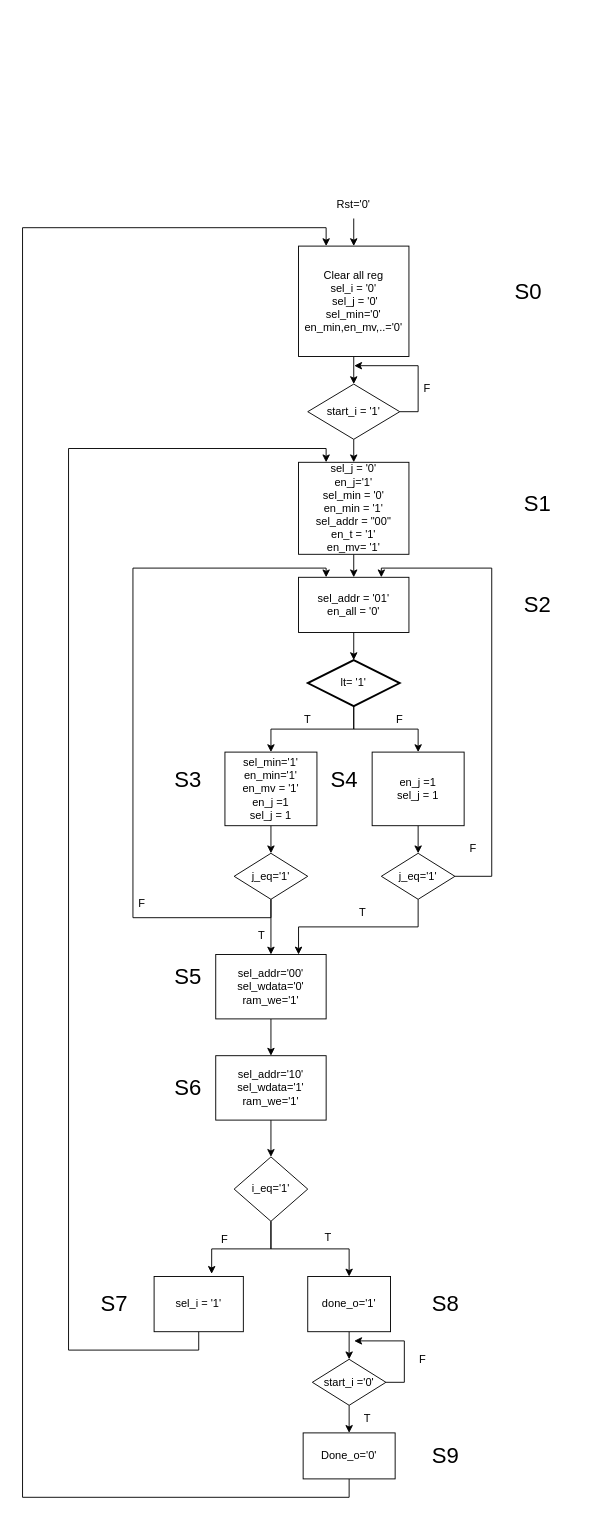
This is ASIC_LAB/SELECTIONSORT/docs/Untitled Diagram 1792763373101.drawio from tuananh810-fake/design_digital_and_microservice, a draw.io file, before an edit. Source tidied: cells renumbered, new cells numbered last; positions are measured from the earlier drawing's top-left corner, leaving out a move shared by most shapes. Both pictures are drawn from the tidied source at 92%, with x=0, y=0 at pixel (22, 190).
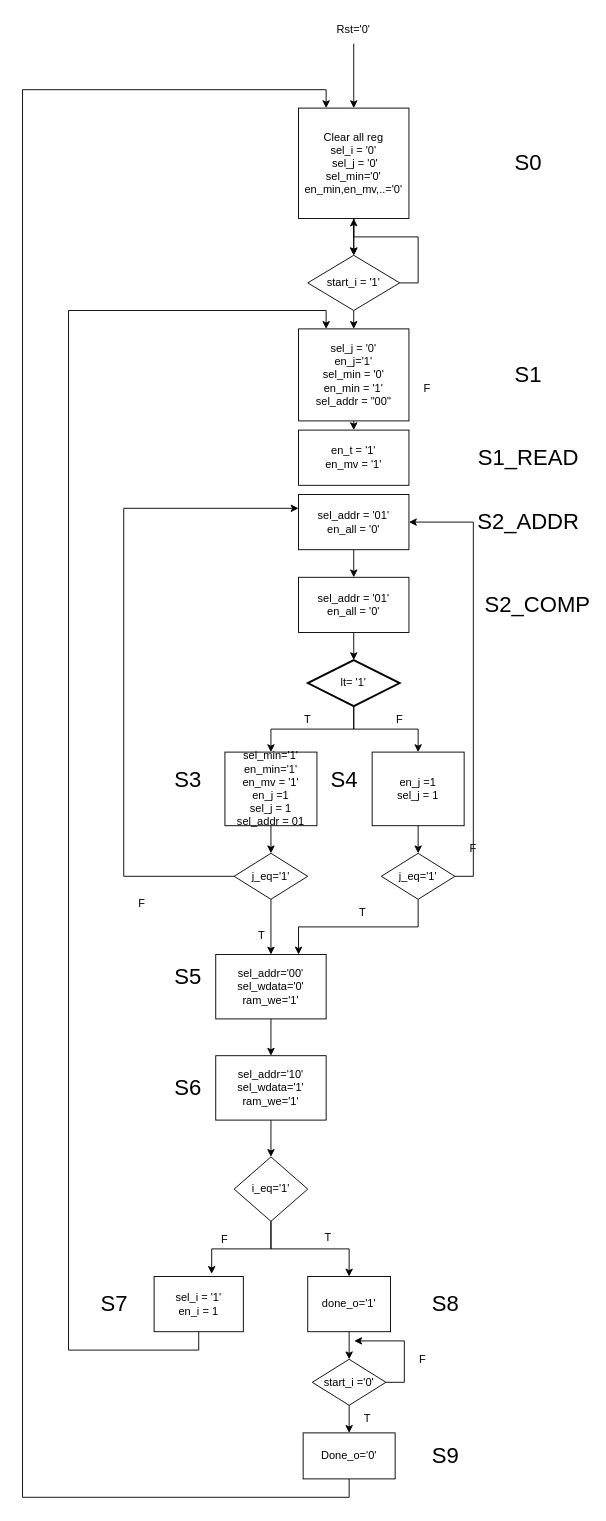
The same diagram, later.

Commit message (it also covers changes not shown here):
feat: add VHDL implementation of selection sort with controller, datapath, and architecture components

Unchanged cells that the change refers to:
```xml
<mxCell id="10" value="sel_addr = '01'&lt;div&gt;en_all = '0'&lt;/div&gt;" style="rounded=0;whiteSpace=wrap;html=1;" parent="1" vertex="1">
  <mxGeometry x="300" y="420" width="120" height="60" as="geometry" />
</mxCell>
<mxCell id="28" value="j_eq='1'" style="rhombus;whiteSpace=wrap;html=1;shapeInside=1;" parent="1" vertex="1">
  <mxGeometry x="230" y="720" width="80" height="50" as="geometry" />
</mxCell>
<mxCell id="46" value="j_eq='1'" style="rhombus;whiteSpace=wrap;html=1;shapeInside=1;" parent="1" vertex="1">
  <mxGeometry x="390" y="720" width="80" height="50" as="geometry" />
</mxCell>
<mxCell id="56" value="Done_o='0'" style="rounded=0;whiteSpace=wrap;html=1;" parent="1" vertex="1">
  <mxGeometry x="305" y="1350" width="100" height="50" as="geometry" />
</mxCell>
```

Diff of the diagram source:
```diff
@@
-    <mxCell id="3" value="Clear all reg&lt;div&gt;sel_i = '0'&lt;br&gt;&lt;div&gt;&amp;nbsp;&lt;span style=&quot;background-color: transparent; color: light-dark(#000000, var(--ge-light-color, #ffffff));&quot;&gt;sel_j = '0'&lt;/span&gt;&lt;/div&gt;&lt;div&gt;sel_min='0'&lt;/div&gt;&lt;/div&gt;&lt;div&gt;en_min,en_mv,..='0'&lt;/div&gt;" style="rounded=0;whiteSpace=wrap;html=1;" parent="1" vertex="1">
-      <mxGeometry x="300" y="60" width="120" height="120" as="geometry" />
-    </mxCell>
-    <mxCell id="4" style="edgeStyle=orthogonalEdgeStyle;rounded=0;jettySize=auto;html=1;exitX=1;exitY=0.5;exitDx=0;exitDy=0;defaultLabelBackgroundColor=page;" parent="1" edge="1" source="6">
-      <mxGeometry relative="1" as="geometry">
-        <mxPoint x="360" y="190" as="targetPoint" />
-      </mxGeometry>
-    </mxCell>
-    <mxCell id="5" style="edgeStyle=orthogonalEdgeStyle;rounded=0;jettySize=auto;html=1;exitX=0.5;exitY=1;exitDx=0;exitDy=0;entryX=0.5;entryY=0;entryDx=0;entryDy=0;defaultLabelBackgroundColor=page;" parent="1" edge="1" source="6" target="9">
-      <mxGeometry relative="1" as="geometry" />
-    </mxCell>
-    <mxCell id="6" value="start_i = '1'" style="rhombus;whiteSpace=wrap;html=1;shapeInside=1;" parent="1" vertex="1">
-      <mxGeometry x="310" y="210" width="100" height="60" as="geometry" />
-    </mxCell>
@@
-    <mxCell id="8" style="edgeStyle=orthogonalEdgeStyle;rounded=0;jettySize=auto;html=1;exitX=0.5;exitY=1;exitDx=0;exitDy=0;entryX=0.5;entryY=0;entryDx=0;entryDy=0;defaultLabelBackgroundColor=page;" parent="1" edge="1" source="9" target="10">
-      <mxGeometry relative="1" as="geometry" />
-    </mxCell>
+    <mxCell id="63" style="edgeStyle=orthogonalEdgeStyle;rounded=0;jettySize=auto;html=1;exitX=0.5;exitY=1;exitDx=0;exitDy=0;entryX=0.5;entryY=0;entryDx=0;entryDy=0;defaultLabelBackgroundColor=page;" parent="1" edge="1" source="9" target="69">
+      <mxGeometry relative="1" as="geometry" />
+    </mxCell>
-    <mxCell id="9" value="sel_j = '0'&lt;div&gt;en_j='1'&lt;br&gt;&lt;div&gt;sel_min = '0'&lt;br&gt;&lt;div&gt;en_min = '1'&lt;/div&gt;&lt;div&gt;sel_addr = &quot;00&quot;&lt;/div&gt;&lt;div&gt;en_t = '1'&lt;/div&gt;&lt;div&gt;en_mv= '1'&lt;/div&gt;&lt;/div&gt;&lt;/div&gt;" style="rounded=0;whiteSpace=wrap;html=1;" parent="1" vertex="1">
-      <mxGeometry x="300" y="295" width="120" height="100" as="geometry" />
+    <mxCell id="9" value="sel_j = '0'&lt;div&gt;en_j='1'&lt;br&gt;&lt;div&gt;sel_min = '0'&lt;br&gt;&lt;div&gt;en_min = '1'&lt;/div&gt;&lt;div&gt;sel_addr = &quot;00&quot;&lt;/div&gt;&lt;/div&gt;&lt;/div&gt;" style="rounded=0;whiteSpace=wrap;html=1;" parent="1" vertex="1">
+      <mxGeometry x="300" y="150" width="120" height="100" as="geometry" />
     </mxCell>
@@
     <mxCell id="11" value="&lt;font style=&quot;font-size: 24px;&quot;&gt;S0&lt;/font&gt;" style="text;html=1;whiteSpace=wrap;strokeColor=none;fillColor=none;align=center;verticalAlign=middle;rounded=0;" parent="1" vertex="1">
-      <mxGeometry x="510" y="90" width="80" height="40" as="geometry" />
+      <mxGeometry x="510" y="-50" width="80" height="40" as="geometry" />
     </mxCell>
     <mxCell id="12" value="&lt;span style=&quot;font-size: 24px;&quot;&gt;S1&lt;/span&gt;" style="text;html=1;whiteSpace=wrap;strokeColor=none;fillColor=none;align=center;verticalAlign=middle;rounded=0;" parent="1" vertex="1">
-      <mxGeometry x="520" y="320" width="80" height="40" as="geometry" />
+      <mxGeometry x="510" y="180" width="80" height="40" as="geometry" />
     </mxCell>
-    <mxCell id="13" value="&lt;span style=&quot;font-size: 24px;&quot;&gt;S2&lt;/span&gt;" style="text;html=1;whiteSpace=wrap;strokeColor=none;fillColor=none;align=center;verticalAlign=middle;rounded=0;" parent="1" vertex="1">
+    <mxCell id="13" value="&lt;span style=&quot;font-size: 24px;&quot;&gt;S2_COMP&lt;/span&gt;" style="text;html=1;whiteSpace=wrap;strokeColor=none;fillColor=none;align=center;verticalAlign=middle;rounded=0;" parent="1" vertex="1">
       <mxGeometry x="520" y="430" width="80" height="40" as="geometry" />
     </mxCell>
@@
-    <mxCell id="21" value="sel_min='1'&lt;br&gt;&lt;div&gt;en_min='1'&lt;/div&gt;&lt;div&gt;en_mv = '1'&lt;/div&gt;&lt;div&gt;&lt;span style=&quot;background-color: transparent;&quot;&gt;en_j =1&lt;/span&gt;&lt;div&gt;sel_j = 1&lt;/div&gt;&lt;/div&gt;" style="rounded=0;whiteSpace=wrap;html=1;" parent="1" vertex="1">
+    <mxCell id="21" value="sel_min='1'&lt;br&gt;&lt;div&gt;en_min='1'&lt;/div&gt;&lt;div&gt;en_mv = '1'&lt;/div&gt;&lt;div&gt;&lt;span style=&quot;background-color: transparent;&quot;&gt;en_j =1&lt;/span&gt;&lt;div&gt;sel_j = 1&lt;/div&gt;&lt;/div&gt;&lt;div&gt;sel_addr = 01&lt;/div&gt;" style="rounded=0;whiteSpace=wrap;html=1;" parent="1" vertex="1">
       <mxGeometry x="220" y="610" width="100" height="80" as="geometry" />
     </mxCell>
@@
-    <mxCell id="26" style="edgeStyle=orthogonalEdgeStyle;rounded=0;jettySize=auto;html=1;exitX=0.5;exitY=1;exitDx=0;exitDy=0;entryX=0.25;entryY=0;entryDx=0;entryDy=0;defaultLabelBackgroundColor=page;" parent="1" edge="1" source="28" target="10">
-      <mxGeometry x="0.03" relative="1" as="geometry">
-        <Array as="points">
-          <mxPoint x="270" y="790" />
-          <mxPoint x="120" y="790" />
-          <mxPoint x="120" y="410" />
-          <mxPoint x="330" y="410" />
-        </Array>
-      </mxGeometry>
-    </mxCell>
@@
+    <mxCell id="64" style="edgeStyle=orthogonalEdgeStyle;rounded=0;jettySize=auto;html=1;exitX=0;exitY=0.5;exitDx=0;exitDy=0;entryX=0;entryY=0.25;entryDx=0;entryDy=0;defaultLabelBackgroundColor=page;" parent="1" edge="1" source="28" target="71">
+      <mxGeometry relative="1" as="geometry">
+        <Array as="points">
+          <mxPoint x="110" y="745" />
+          <mxPoint x="110" y="345" />
+        </Array>
+      </mxGeometry>
+    </mxCell>
@@
-    <mxCell id="45" style="edgeStyle=orthogonalEdgeStyle;rounded=0;jettySize=auto;html=1;exitX=1;exitY=0.5;exitDx=0;exitDy=0;entryX=0.75;entryY=0;entryDx=0;entryDy=0;defaultLabelBackgroundColor=page;" parent="1" edge="1" source="46" target="10">
-      <mxGeometry x="0.05" relative="1" as="geometry">
-        <Array as="points">
-          <mxPoint x="510" y="745" />
-          <mxPoint x="510" y="410" />
-          <mxPoint x="390" y="410" />
-        </Array>
-      </mxGeometry>
-    </mxCell>
+    <mxCell id="65" style="edgeStyle=orthogonalEdgeStyle;rounded=0;jettySize=auto;html=1;exitX=1;exitY=0.5;exitDx=0;exitDy=0;entryX=1;entryY=0.5;entryDx=0;entryDy=0;defaultLabelBackgroundColor=page;" parent="1" edge="1" source="46" target="71">
+      <mxGeometry relative="1" as="geometry" />
+    </mxCell>
@@
     <mxCell id="49" style="edgeStyle=orthogonalEdgeStyle;rounded=0;jettySize=auto;html=1;exitX=0.5;exitY=1;exitDx=0;exitDy=0;entryX=0.25;entryY=0;entryDx=0;entryDy=0;defaultLabelBackgroundColor=page;" parent="1" edge="1" source="50" target="9">
-      <mxGeometry relative="1" as="geometry">
+      <mxGeometry x="-0.17" relative="1" as="geometry">
         <Array as="points">
           <mxPoint x="191.5" y="1260" />
           <mxPoint x="50" y="1260" />
-          <mxPoint x="50" y="280" />
-          <mxPoint x="330" y="280" />
+          <mxPoint x="50" y="130" />
+          <mxPoint x="330" y="130" />
         </Array>
       </mxGeometry>
     </mxCell>
-    <mxCell id="50" value="sel_i = '1'" style="rounded=0;whiteSpace=wrap;html=1;" parent="1" vertex="1">
+    <mxCell id="50" value="sel_i = '1'&lt;div&gt;en_i = 1&lt;/div&gt;" style="rounded=0;whiteSpace=wrap;html=1;" parent="1" vertex="1">
       <mxGeometry x="143" y="1180" width="97" height="60" as="geometry" />
     </mxCell>
@@
     <mxCell id="54" value="Rst='0'" style="text;html=1;whiteSpace=wrap;strokeColor=none;fillColor=none;align=center;verticalAlign=middle;rounded=0;" parent="1" vertex="1">
-      <mxGeometry x="330" width="60" height="30" as="geometry" />
+      <mxGeometry x="330" y="-190" width="60" height="30" as="geometry" />
     </mxCell>
     <mxCell id="55" style="edgeStyle=orthogonalEdgeStyle;rounded=0;jettySize=auto;html=1;exitX=0.5;exitY=1;exitDx=0;exitDy=0;entryX=0.25;entryY=0;entryDx=0;entryDy=0;defaultLabelBackgroundColor=page;" parent="1" edge="1" source="56" target="3">
-      <mxGeometry x="-0.25" relative="1" as="geometry">
+      <mxGeometry x="-0.26" relative="1" as="geometry">
         <Array as="points">
           <mxPoint x="355" y="1420" />
           <mxPoint y="1420" />
-          <mxPoint y="40" />
-          <mxPoint x="330" y="40" />
+          <mxPoint y="-110" />
+          <mxPoint x="330" y="-110" />
         </Array>
       </mxGeometry>
     </mxCell>
@@
+    <mxCell id="66" style="edgeStyle=orthogonalEdgeStyle;rounded=0;jettySize=auto;html=1;exitX=1;exitY=0.5;exitDx=0;exitDy=0;defaultLabelBackgroundColor=page;" parent="1" edge="1" source="6" target="3">
+      <mxGeometry relative="1" as="geometry" />
+    </mxCell>
+    <mxCell id="3" value="Clear all reg&lt;div&gt;sel_i = '0'&lt;br&gt;&lt;div&gt;&amp;nbsp;&lt;span style=&quot;background-color: transparent; color: light-dark(#000000, var(--ge-light-color, #ffffff));&quot;&gt;sel_j = '0'&lt;/span&gt;&lt;/div&gt;&lt;div&gt;sel_min='0'&lt;/div&gt;&lt;/div&gt;&lt;div&gt;en_min,en_mv,..='0'&lt;/div&gt;" style="rounded=0;whiteSpace=wrap;html=1;" parent="1" vertex="1">
+      <mxGeometry x="300" y="-90" width="120" height="120" as="geometry" />
+    </mxCell>
+    <mxCell id="67" style="edgeStyle=orthogonalEdgeStyle;rounded=0;jettySize=auto;html=1;defaultLabelBackgroundColor=page;" parent="1" edge="1" source="3" target="6">
+      <mxGeometry relative="1" as="geometry" />
+    </mxCell>
+    <mxCell id="5" style="edgeStyle=orthogonalEdgeStyle;rounded=0;jettySize=auto;html=1;exitX=0.5;exitY=1;exitDx=0;exitDy=0;entryX=0.5;entryY=0;entryDx=0;entryDy=0;defaultLabelBackgroundColor=page;" parent="1" edge="1" source="6" target="9">
+      <mxGeometry relative="1" as="geometry" />
+    </mxCell>
+    <mxCell id="6" value="start_i = '1'" style="rhombus;whiteSpace=wrap;html=1;shapeInside=1;" parent="1" vertex="1">
+      <mxGeometry x="310" y="70" width="100" height="60" as="geometry" />
+    </mxCell>
+    <mxCell id="68" value="&lt;span style=&quot;font-size: 24px;&quot;&gt;S1_READ&lt;/span&gt;" style="text;html=1;whiteSpace=wrap;strokeColor=none;fillColor=none;align=center;verticalAlign=middle;rounded=0;" parent="1" vertex="1">
+      <mxGeometry x="510" y="270" width="80" height="40" as="geometry" />
+    </mxCell>
+    <mxCell id="69" value="en_t = '1'&lt;div&gt;en_mv = '1'&lt;/div&gt;" style="rounded=0;whiteSpace=wrap;html=1;" parent="1" vertex="1">
+      <mxGeometry x="300" y="260" width="120" height="60" as="geometry" />
+    </mxCell>
+    <mxCell id="70" style="edgeStyle=orthogonalEdgeStyle;rounded=0;jettySize=auto;html=1;exitX=0.5;exitY=1;exitDx=0;exitDy=0;entryX=0.5;entryY=0;entryDx=0;entryDy=0;defaultLabelBackgroundColor=page;" parent="1" edge="1" source="71" target="10">
+      <mxGeometry relative="1" as="geometry" />
+    </mxCell>
+    <mxCell id="71" value="sel_addr = '01'&lt;div&gt;en_all = '0'&lt;/div&gt;" style="rounded=0;whiteSpace=wrap;html=1;" parent="1" vertex="1">
+      <mxGeometry x="300" y="330" width="120" height="60" as="geometry" />
+    </mxCell>
+    <mxCell id="72" value="&lt;span style=&quot;font-size: 24px;&quot;&gt;S2_ADDR&lt;/span&gt;" style="text;html=1;whiteSpace=wrap;strokeColor=none;fillColor=none;align=center;verticalAlign=middle;rounded=0;" parent="1" vertex="1">
+      <mxGeometry x="510" y="340" width="80" height="40" as="geometry" />
+    </mxCell>
```
